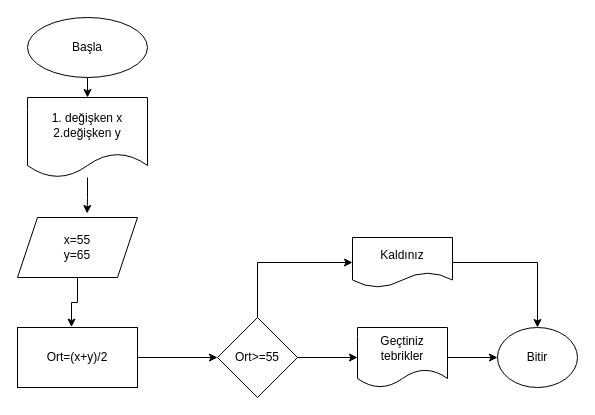
Before: Başlıksız Diyagram.drawio in yunusorcun/proje, a draw.io diagram. Source tidied: cells renumbered, new cells numbered last; positions are measured from the earlier drawing's top-left corner, leaving out a move shared by most shapes. Both pictures are drawn from the tidied source at 100%, with x=0, y=0 at pixel (17, 17).
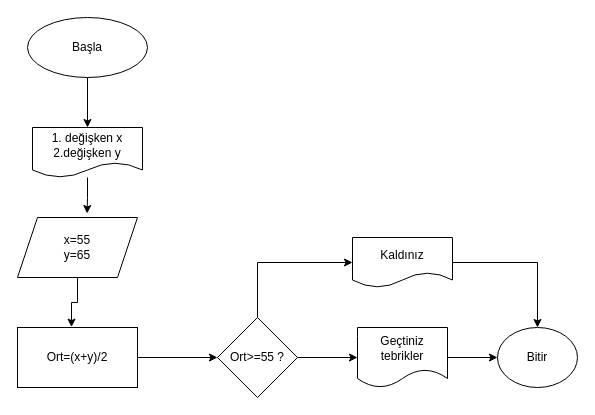
The same page after the edit.

Diff of the diagram source:
```diff
@@
 <mxGraphModel>
   <root>
     <mxCell id="0" />
     <mxCell id="1" parent="0" />
     <mxCell id="2" style="edgeStyle=orthogonalEdgeStyle;rounded=0;jettySize=auto;html=1;exitX=0.5;exitY=1;exitDx=0;exitDy=0;entryX=0.5;entryY=0;entryDx=0;entryDy=0;" parent="1" edge="1" source="3" target="4">
       <mxGeometry relative="1" as="geometry" />
     </mxCell>
     <mxCell id="3" value="Başla" style="ellipse;whiteSpace=wrap;html=1;" parent="1" vertex="1">
       <mxGeometry x="10" width="120" height="60" as="geometry" />
     </mxCell>
     <mxCell id="4" value="1. değişken x&lt;div&gt;2.değişken y&lt;/div&gt;" style="shape=document;whiteSpace=wrap;html=1;boundedLbl=1;" parent="1" vertex="1">
-      <mxGeometry x="10" y="80" width="120" height="80" as="geometry" />
+      <mxGeometry x="15" y="110" width="110" height="50" as="geometry" />
     </mxCell>
     <mxCell id="5" value="x=55&lt;div&gt;y=65&lt;/div&gt;" style="shape=parallelogram;perimeter=parallelogramPerimeter;whiteSpace=wrap;html=1;fixedSize=1;" parent="1" vertex="1">
       <mxGeometry y="200" width="120" height="60" as="geometry" />
     </mxCell>
     <mxCell id="6" style="edgeStyle=orthogonalEdgeStyle;rounded=0;jettySize=auto;html=1;entryX=0.58;entryY=-0.067;entryDx=0;entryDy=0;entryPerimeter=0;" parent="1" edge="1" source="4" target="5">
       <mxGeometry relative="1" as="geometry" />
     </mxCell>
     <mxCell id="7" style="edgeStyle=orthogonalEdgeStyle;rounded=0;jettySize=auto;html=1;exitX=1;exitY=0.5;exitDx=0;exitDy=0;entryX=0;entryY=0.5;entryDx=0;entryDy=0;" parent="1" edge="1" source="8" target="12">
       <mxGeometry relative="1" as="geometry" />
     </mxCell>
     <mxCell id="8" value="Ort=(x+y)/2" style="rounded=0;whiteSpace=wrap;html=1;" parent="1" vertex="1">
       <mxGeometry y="310" width="120" height="60" as="geometry" />
     </mxCell>
     <mxCell id="9" style="edgeStyle=orthogonalEdgeStyle;rounded=0;jettySize=auto;html=1;exitX=0.5;exitY=1;exitDx=0;exitDy=0;entryX=0.45;entryY=-0.007;entryDx=0;entryDy=0;entryPerimeter=0;" parent="1" edge="1" source="5" target="8">
       <mxGeometry relative="1" as="geometry" />
     </mxCell>
     <mxCell id="10" style="edgeStyle=orthogonalEdgeStyle;rounded=0;jettySize=auto;html=1;exitX=1;exitY=0.5;exitDx=0;exitDy=0;entryX=0;entryY=0.5;entryDx=0;entryDy=0;" parent="1" edge="1" source="12" target="14">
       <mxGeometry relative="1" as="geometry" />
     </mxCell>
     <mxCell id="11" style="edgeStyle=orthogonalEdgeStyle;rounded=0;jettySize=auto;html=1;exitX=0.5;exitY=0;exitDx=0;exitDy=0;entryX=0;entryY=0.5;entryDx=0;entryDy=0;" parent="1" edge="1" source="12" target="17">
       <mxGeometry relative="1" as="geometry" />
     </mxCell>
-    <mxCell id="12" value="Ort&amp;gt;=55" style="rhombus;whiteSpace=wrap;html=1;" parent="1" vertex="1">
+    <mxCell id="12" value="Ort&amp;gt;=55 ?" style="rhombus;whiteSpace=wrap;html=1;" parent="1" vertex="1">
       <mxGeometry x="200" y="300" width="80" height="80" as="geometry" />
     </mxCell>
     <mxCell id="13" style="edgeStyle=orthogonalEdgeStyle;rounded=0;jettySize=auto;html=1;exitX=1;exitY=0.5;exitDx=0;exitDy=0;entryX=0;entryY=0.5;entryDx=0;entryDy=0;" parent="1" edge="1" source="14" target="15">
       <mxGeometry relative="1" as="geometry" />
     </mxCell>
     <mxCell id="14" value="Geçtiniz tebrikler" style="shape=document;whiteSpace=wrap;html=1;boundedLbl=1;" parent="1" vertex="1">
       <mxGeometry x="340" y="310" width="90" height="60" as="geometry" />
     </mxCell>
     <mxCell id="15" value="Bitir" style="ellipse;whiteSpace=wrap;html=1;" parent="1" vertex="1">
       <mxGeometry x="480" y="310" width="80" height="60" as="geometry" />
     </mxCell>
     <mxCell id="16" style="edgeStyle=orthogonalEdgeStyle;rounded=0;jettySize=auto;html=1;exitX=1;exitY=0.5;exitDx=0;exitDy=0;entryX=0.5;entryY=0;entryDx=0;entryDy=0;" parent="1" edge="1" source="17" target="15">
       <mxGeometry relative="1" as="geometry" />
     </mxCell>
     <mxCell id="17" value="Kaldınız" style="shape=document;whiteSpace=wrap;html=1;boundedLbl=1;" parent="1" vertex="1">
       <mxGeometry x="335" y="220" width="100" height="50" as="geometry" />
     </mxCell>
   </root>
 </mxGraphModel>
```
